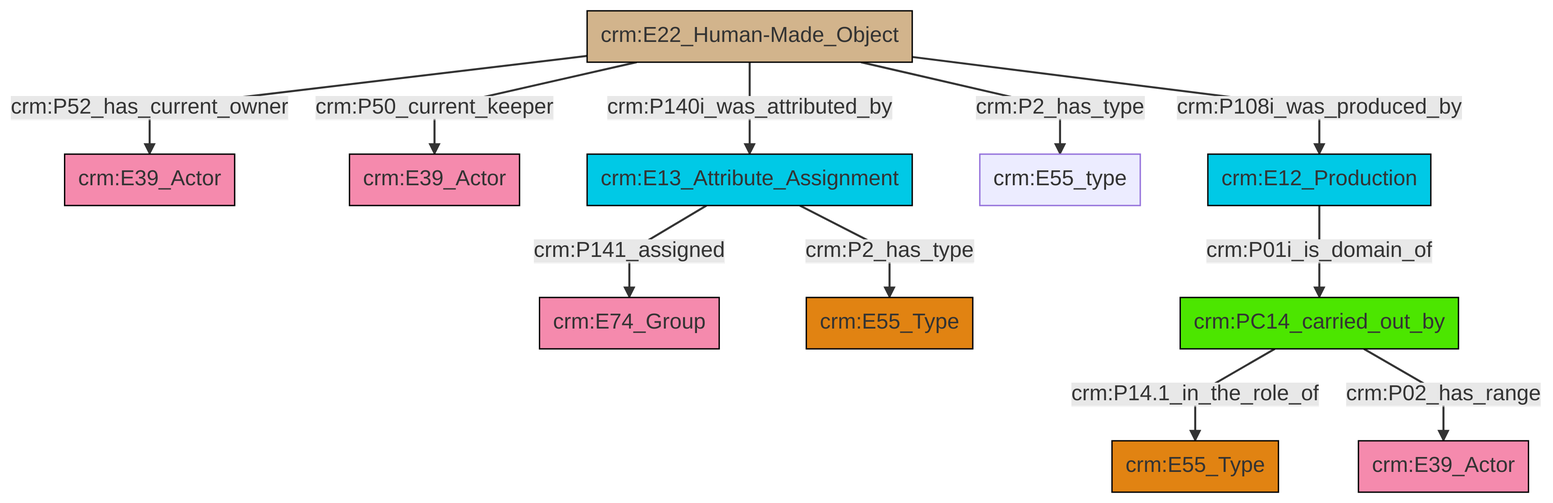
This is et/artworkCSV/ttl/mmd/png/Artwork_Actor_Relations.png from swiss-art-research-net/docs.swissartresearch, a Mermaid export, as it was before one commit. Its source is kept beside it as et/artworkCSV/ttl/mmd/Artwork_Actor_Relations.ttl.mmd.
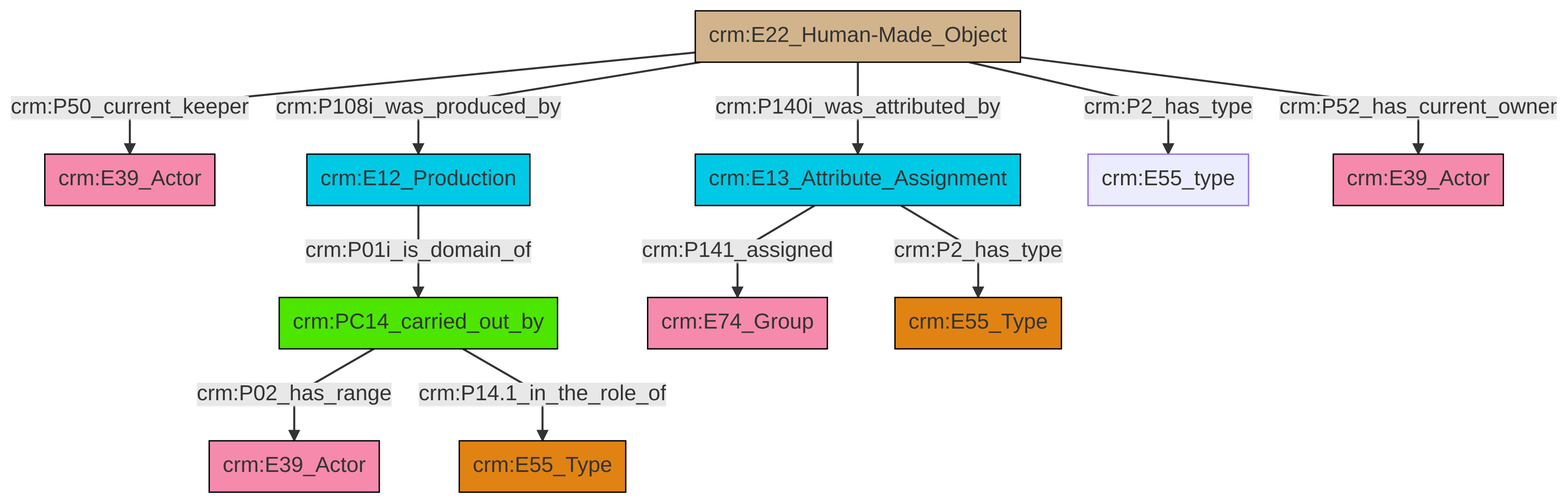
The same diagram one commit later.

Diff of the diagram source:
```diff
@@ -13,13 +13,13 @@
 classDef PC_Classes fill:#4ce600, stroke:#000000;
 classDef Multi fill:#cccccc,stroke:#000000;
 
-4["crm:E22_Human-Made_Object"]:::Physical_Thing -->|crm:P52_has_current_owner| 0["crm:E39_Actor"]:::Actor
-12["crm:E13_Attribute_Assignment"]:::Temporal_Entity -->|crm:P141_assigned| 2["crm:E74_Group"]:::Actor
-4["crm:E22_Human-Made_Object"]:::Physical_Thing -->|crm:P50_current_keeper| 8["crm:E39_Actor"]:::Actor
-4["crm:E22_Human-Made_Object"]:::Physical_Thing -->|crm:P140i_was_attributed_by| 12["crm:E13_Attribute_Assignment"]:::Temporal_Entity
-4["crm:E22_Human-Made_Object"]:::Physical_Thing -->|crm:P2_has_type| 15["crm:E55_type"]:::Default
-16["crm:E12_Production"]:::Temporal_Entity -->|crm:P01i_is_domain_of| 17["crm:PC14_carried_out_by"]:::PC_Classes
-4["crm:E22_Human-Made_Object"]:::Physical_Thing -->|crm:P108i_was_produced_by| 16["crm:E12_Production"]:::Temporal_Entity
-12["crm:E13_Attribute_Assignment"]:::Temporal_Entity -->|crm:P2_has_type| 10["crm:E55_Type"]:::Type
-17["crm:PC14_carried_out_by"]:::PC_Classes -->|crm:P14.1_in_the_role_of| 13["crm:E55_Type"]:::Type
-17["crm:PC14_carried_out_by"]:::PC_Classes -->|crm:P02_has_range| 6["crm:E39_Actor"]:::Actor
+0["crm:E22_Human-Made_Object"]:::Physical_Thing -->|crm:P50_current_keeper| 1["crm:E39_Actor"]:::Actor
+2["crm:PC14_carried_out_by"]:::PC_Classes -->|crm:P02_has_range| 3["crm:E39_Actor"]:::Actor
+4["crm:E12_Production"]:::Temporal_Entity -->|crm:P01i_is_domain_of| 2["crm:PC14_carried_out_by"]:::PC_Classes
+5["crm:E13_Attribute_Assignment"]:::Temporal_Entity -->|crm:P141_assigned| 6["crm:E74_Group"]:::Actor
+0["crm:E22_Human-Made_Object"]:::Physical_Thing -->|crm:P2_has_type| 8["crm:E55_type"]:::Default
+2["crm:PC14_carried_out_by"]:::PC_Classes -->|crm:P14.1_in_the_role_of| 10["crm:E55_Type"]:::Type
+0["crm:E22_Human-Made_Object"]:::Physical_Thing -->|crm:P52_has_current_owner| 17["crm:E39_Actor"]:::Actor
+0["crm:E22_Human-Made_Object"]:::Physical_Thing -->|crm:P140i_was_attributed_by| 5["crm:E13_Attribute_Assignment"]:::Temporal_Entity
+0["crm:E22_Human-Made_Object"]:::Physical_Thing -->|crm:P108i_was_produced_by| 4["crm:E12_Production"]:::Temporal_Entity
+5["crm:E13_Attribute_Assignment"]:::Temporal_Entity -->|crm:P2_has_type| 12["crm:E55_Type"]:::Type
```
